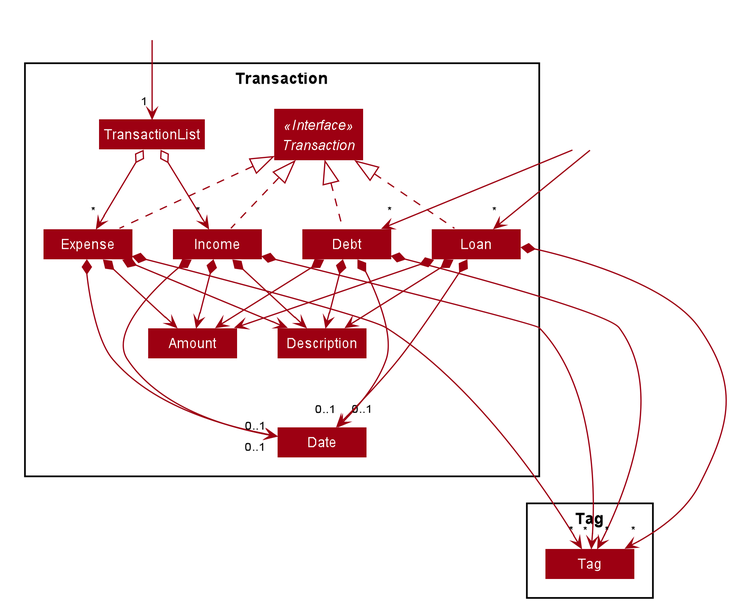
Before: docs/images/ModelTransactionDiagram.png, a diagram exported from PlantUML (syinyichen/main).
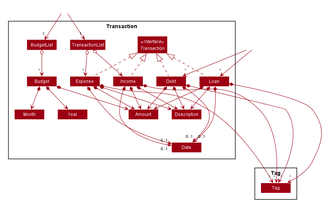
After the change.

Commit message:
Updated budget implementation of DG

Diff of the diagram source:
```diff
@@ -64,6 +64,10 @@
 Class Amount
 Class Date
 Class Description
+Class Budget
+Class BudgetList
+Class Month
+Class Year
 }
 
 Package Tag {
@@ -73,14 +77,19 @@
 Class HiddenWallet #FFFFFF
 Class HiddenPerson #FFFFFF
 HiddenWallet --> "1" TransactionList
+HiddenWallet --> "1" BudgetList
 HiddenPerson --> "*" Debt
 HiddenPerson --> "*" Loan
+BudgetList o--> "*" Budget
 TransactionList o--> "*" Expense
 TransactionList o--> "*" Income
 Expense .up.|> Transaction
 Income .up.|> Transaction
 Debt .up.|> Transaction
 Loan .up.|> Transaction
+Budget *--> Amount
+Budget *--> Month
+Budget *--> Year
 Expense *--> Amount
 Expense *--> Description
 Expense *--> "0..1" Date
```
